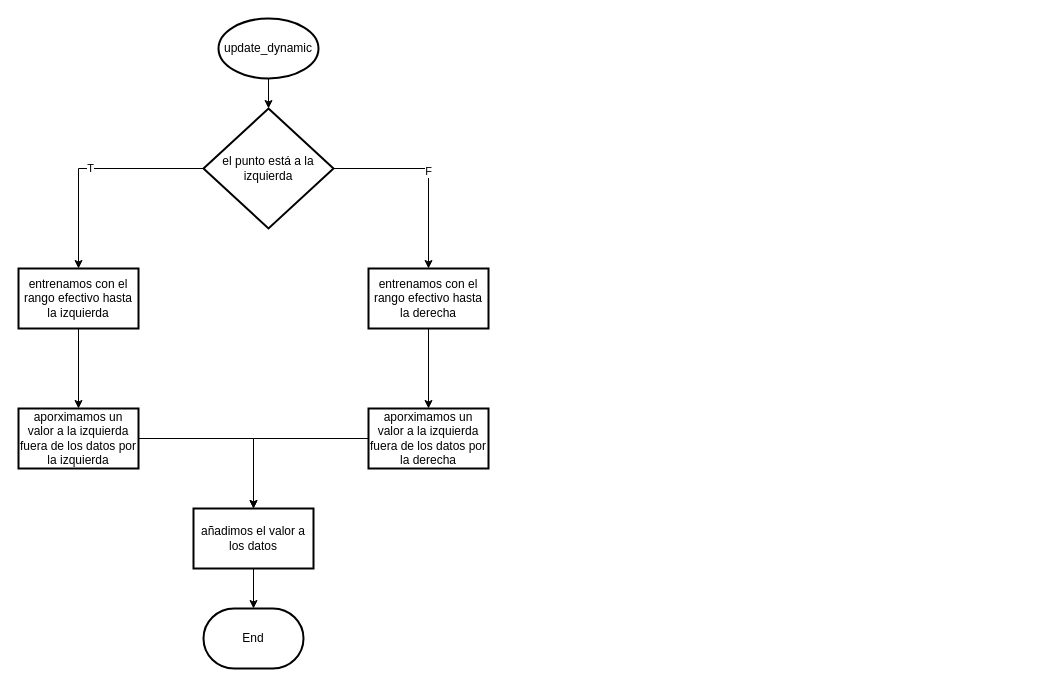
The draw.io diagram page "update_dynamic" (3 of 3) of diagrams/PCI.drawio in ZiftK/pci, before the edit. Source tidied: cells renumbered, new cells numbered last; positions are measured from the earlier drawing's top-left corner, leaving out a move shared by most shapes. Both pictures are drawn from the tidied source at 100%, with x=0, y=0 at pixel (18, 18).
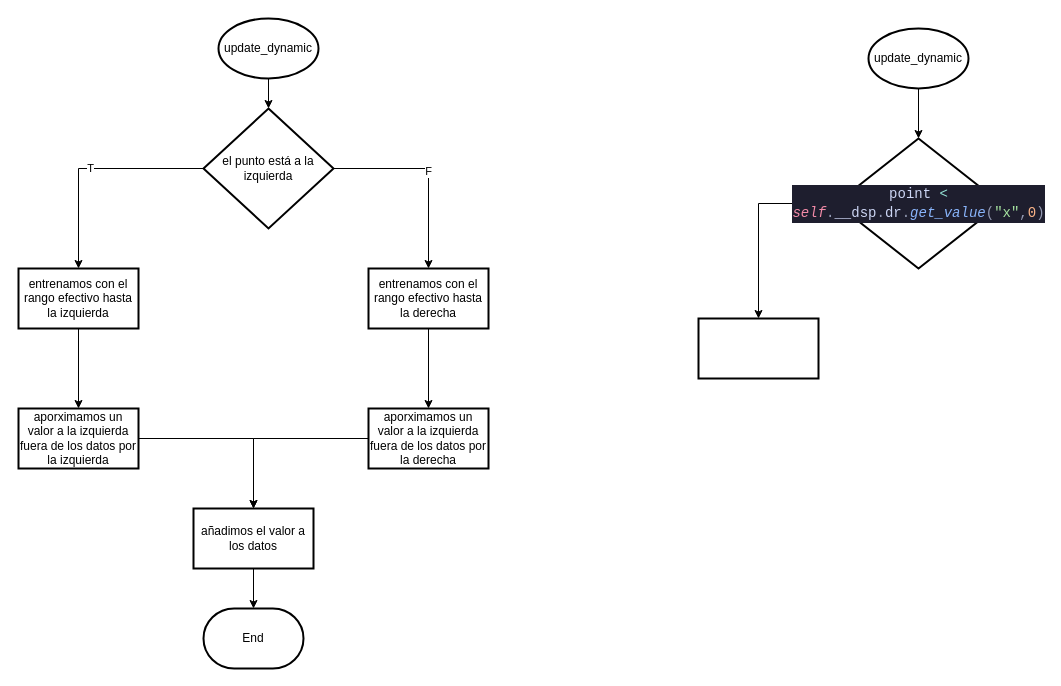
The same diagram, later.

Commit message (it also covers changes not shown here):
add: update_dynamic function to PCI class

The edit, as a diff of the source:
```diff
@@
+    <mxCell id="18" style="edgeStyle=orthogonalEdgeStyle;rounded=0;jettySize=auto;html=1;" parent="1" edge="1" source="19" target="21">
+      <mxGeometry relative="1" as="geometry" />
+    </mxCell>
+    <mxCell id="19" value="update_dynamic" style="strokeWidth=2;html=1;shape=mxgraph.flowchart.start_1;whiteSpace=wrap;" parent="1" vertex="1">
+      <mxGeometry x="850" y="10" width="100" height="60" as="geometry" />
+    </mxCell>
+    <mxCell id="20" style="edgeStyle=orthogonalEdgeStyle;rounded=0;jettySize=auto;html=1;" parent="1" edge="1" source="21" target="22">
+      <mxGeometry relative="1" as="geometry" />
+    </mxCell>
+    <mxCell id="21" value="&lt;div style=&quot;color: rgb(205, 214, 244); background-color: rgb(30, 30, 46); font-family: Consolas, &amp;quot;Courier New&amp;quot;, monospace; font-size: 14px; line-height: 19px;&quot;&gt;point &lt;span style=&quot;color: #94e2d5;&quot;&gt;&amp;lt;&lt;/span&gt; &lt;span style=&quot;color: #f38ba8;font-style: italic;&quot;&gt;self&lt;/span&gt;&lt;span style=&quot;color: #9399b2;&quot;&gt;.&lt;/span&gt;__dsp&lt;span style=&quot;color: #9399b2;&quot;&gt;.&lt;/span&gt;dr&lt;span style=&quot;color: #9399b2;&quot;&gt;.&lt;/span&gt;&lt;span style=&quot;color: #89b4fa;font-style: italic;&quot;&gt;get_value&lt;/span&gt;&lt;span style=&quot;color: #9399b2;&quot;&gt;(&lt;/span&gt;&lt;span style=&quot;color: #a6e3a1;&quot;&gt;&quot;x&quot;&lt;/span&gt;&lt;span style=&quot;color: #9399b2;&quot;&gt;,&lt;/span&gt;&lt;span style=&quot;color: #fab387;&quot;&gt;0&lt;/span&gt;&lt;span style=&quot;color: #9399b2;&quot;&gt;)&lt;/span&gt;&lt;/div&gt;" style="rhombus;whiteSpace=wrap;html=1;strokeWidth=2;" parent="1" vertex="1">
+      <mxGeometry x="817.5" y="120" width="165" height="130" as="geometry" />
+    </mxCell>
+    <mxCell id="22" style="whiteSpace=wrap;html=1;strokeWidth=2;" parent="1" vertex="1">
+      <mxGeometry x="680" y="300" width="120" height="60" as="geometry" />
+    </mxCell>
```
